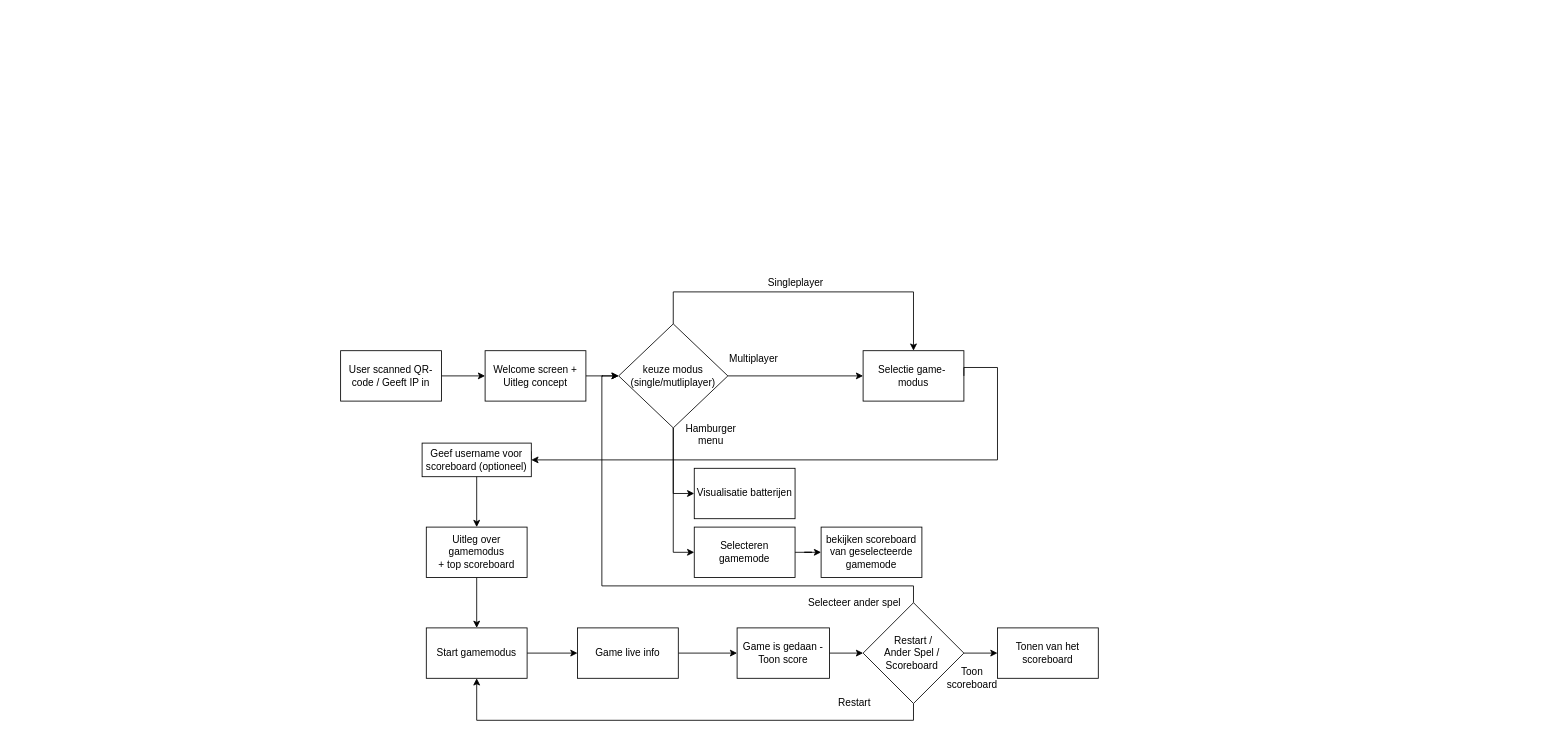
Before: documentatie/flows.drawio in WoutDemeyere/Team-Project-TiktEm, a draw.io diagram. Source tidied: cells renumbered, new cells numbered last; positions are measured from the earlier drawing's top-left corner, leaving out a move shared by most shapes. Both pictures are drawn from the tidied source at 84%, with x=0, y=0 at pixel (340, 275).
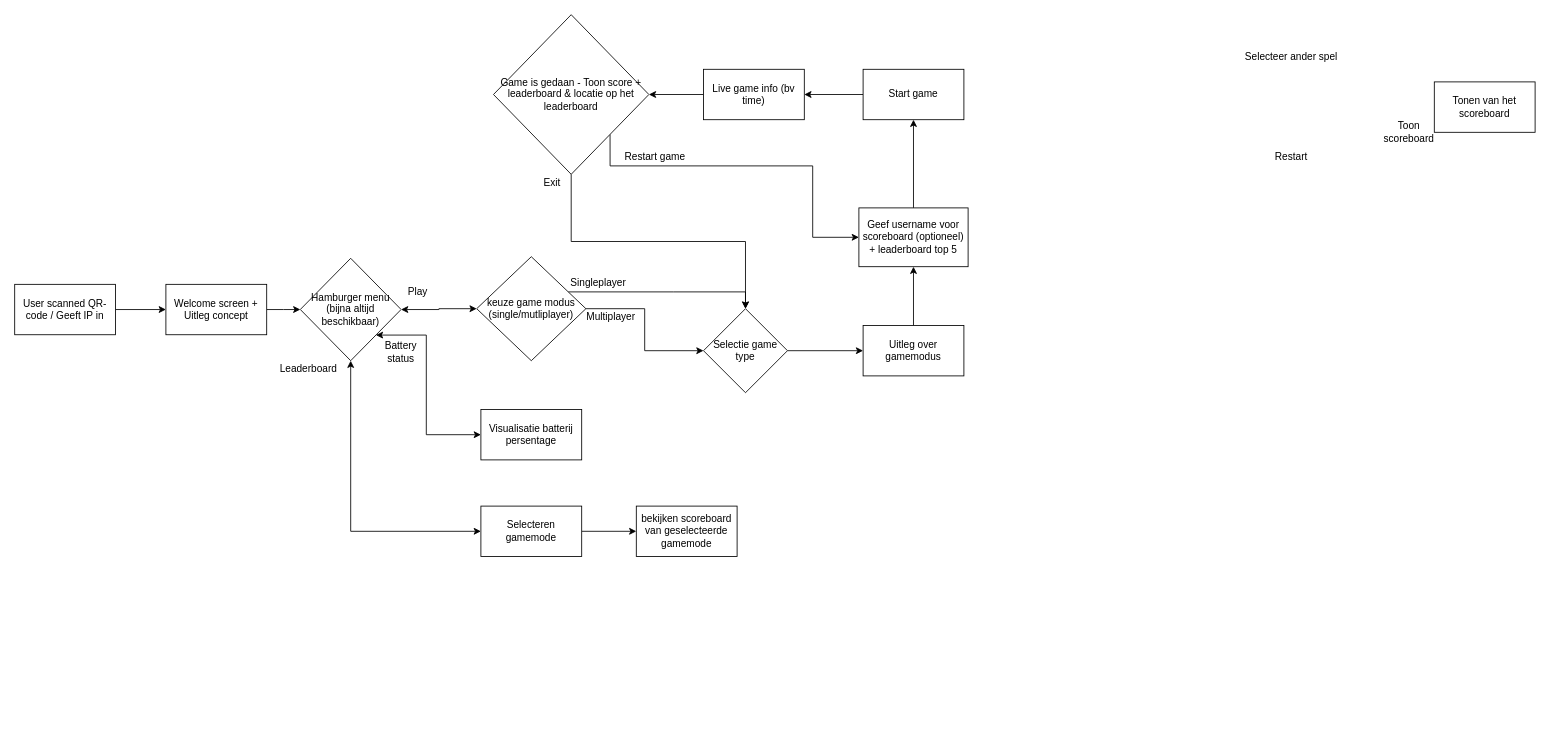
The same page after the edit.

What changed in the source:
```diff
@@
     <mxCell id="3" value="User scanned QR-code / Geeft IP in" style="rounded=0;whiteSpace=wrap;html=1;" parent="1" vertex="1">
-      <mxGeometry y="90" width="120" height="60" as="geometry" />
+      <mxGeometry x="-388" y="11" width="120" height="60" as="geometry" />
     </mxCell>
-    <mxCell id="4" style="edgeStyle=orthogonalEdgeStyle;rounded=0;jettySize=auto;html=1;entryX=0.5;entryY=0;entryDx=0;entryDy=0;exitX=1;exitY=0.5;exitDx=0;exitDy=0;" parent="1" edge="1" source="36" target="13">
-      <mxGeometry relative="1" as="geometry">
-        <Array as="points">
-          <mxPoint x="162" y="210" />
-        </Array>
-      </mxGeometry>
-    </mxCell>
-    <mxCell id="5" value="Selectie game-&amp;nbsp; modus" style="rounded=0;whiteSpace=wrap;html=1;" parent="1" vertex="1">
-      <mxGeometry x="622" y="90" width="120" height="60" as="geometry" />
-    </mxCell>
-    <mxCell id="6" style="edgeStyle=orthogonalEdgeStyle;rounded=0;jettySize=auto;html=1;" parent="1" edge="1" source="10" target="5">
+    <mxCell id="6" style="edgeStyle=orthogonalEdgeStyle;rounded=0;jettySize=auto;html=1;entryX=0;entryY=0.5;entryDx=0;entryDy=0;" parent="1" edge="1" source="10" target="52">
       <mxGeometry relative="1" as="geometry" />
     </mxCell>
-    <mxCell id="7" style="edgeStyle=orthogonalEdgeStyle;rounded=0;jettySize=auto;html=1;entryX=0;entryY=0.5;entryDx=0;entryDy=0;" parent="1" edge="1" source="10" target="31">
-      <mxGeometry relative="1" as="geometry" />
-    </mxCell>
-    <mxCell id="8" style="edgeStyle=orthogonalEdgeStyle;rounded=0;jettySize=auto;html=1;entryX=0;entryY=0.5;entryDx=0;entryDy=0;" parent="1" edge="1" source="10" target="34">
-      <mxGeometry relative="1" as="geometry" />
-    </mxCell>
-    <mxCell id="9" style="edgeStyle=orthogonalEdgeStyle;rounded=0;jettySize=auto;html=1;entryX=0.5;entryY=0;entryDx=0;entryDy=0;" parent="1" edge="1" source="10" target="5">
+    <mxCell id="9" style="edgeStyle=orthogonalEdgeStyle;rounded=0;jettySize=auto;html=1;entryX=0.5;entryY=0;entryDx=0;entryDy=0;" parent="1" edge="1" source="10">
       <mxGeometry relative="1" as="geometry">
+        <mxPoint x="482" y="40" as="targetPoint" />
         <Array as="points">
           <mxPoint x="396" y="20" />
           <mxPoint x="682" y="20" />
         </Array>
       </mxGeometry>
     </mxCell>
-    <mxCell id="10" value="&lt;span&gt;keuze modus&lt;/span&gt;&lt;br&gt;&lt;span&gt;(single/mutliplayer)&lt;/span&gt;" style="rhombus;whiteSpace=wrap;html=1;" parent="1" vertex="1">
-      <mxGeometry x="331" y="58.1" width="130" height="123.8" as="geometry" />
+    <mxCell id="10" value="&lt;span&gt;keuze game modus&lt;/span&gt;&lt;br&gt;&lt;span&gt;(single/mutliplayer)&lt;/span&gt;" style="rhombus;whiteSpace=wrap;html=1;" parent="1" vertex="1">
+      <mxGeometry x="162" y="-21.9" width="130" height="123.8" as="geometry" />
     </mxCell>
     <mxCell id="11" value="Multiplayer" style="text;html=1;strokeColor=none;fillColor=none;align=center;verticalAlign=middle;whiteSpace=wrap;rounded=0;" parent="1" vertex="1">
-      <mxGeometry x="472" y="90" width="40" height="20" as="geometry" />
+      <mxGeometry x="302" y="40" width="40" height="20" as="geometry" />
     </mxCell>
-    <mxCell id="12" style="edgeStyle=orthogonalEdgeStyle;rounded=0;jettySize=auto;html=1;entryX=0.5;entryY=0;entryDx=0;entryDy=0;" parent="1" edge="1" source="13" target="15">
-      <mxGeometry relative="1" as="geometry" />
-    </mxCell>
+    <mxCell id="38" style="edgeStyle=orthogonalEdgeStyle;rounded=0;jettySize=auto;html=1;startArrow=none;startFill=0;" parent="1" edge="1" source="13" target="36">
+      <mxGeometry relative="1" as="geometry" />
+    </mxCell>
-    <mxCell id="13" value="Uitleg over gamemodus&lt;br&gt;+ top scoreboard" style="rounded=0;whiteSpace=wrap;html=1;" parent="1" vertex="1">
-      <mxGeometry x="102" y="300" width="120" height="60" as="geometry" />
+    <mxCell id="13" value="Uitleg over gamemodus" style="rounded=0;whiteSpace=wrap;html=1;" parent="1" vertex="1">
+      <mxGeometry x="622" y="60" width="120" height="60" as="geometry" />
     </mxCell>
-    <mxCell id="14" style="edgeStyle=orthogonalEdgeStyle;rounded=0;jettySize=auto;html=1;entryX=0;entryY=0.5;entryDx=0;entryDy=0;" parent="1" edge="1" source="15" target="17">
+    <mxCell id="14" style="edgeStyle=orthogonalEdgeStyle;rounded=0;jettySize=auto;html=1;startArrow=none;startFill=0;" parent="1" edge="1" source="15" target="17">
       <mxGeometry relative="1" as="geometry" />
     </mxCell>
-    <mxCell id="15" value="Start gamemodus" style="rounded=0;whiteSpace=wrap;html=1;" parent="1" vertex="1">
-      <mxGeometry x="102" y="420" width="120" height="60" as="geometry" />
+    <mxCell id="15" value="Start game" style="rounded=0;whiteSpace=wrap;html=1;" parent="1" vertex="1">
+      <mxGeometry x="622" y="-245" width="120" height="60" as="geometry" />
     </mxCell>
-    <mxCell id="16" style="edgeStyle=orthogonalEdgeStyle;rounded=0;jettySize=auto;html=1;entryX=0;entryY=0.5;entryDx=0;entryDy=0;" parent="1" edge="1" source="17" target="27">
-      <mxGeometry relative="1" as="geometry" />
-    </mxCell>
+    <mxCell id="39" style="edgeStyle=orthogonalEdgeStyle;rounded=0;jettySize=auto;html=1;startArrow=none;startFill=0;entryX=1;entryY=0.5;entryDx=0;entryDy=0;" parent="1" edge="1" source="17" target="25">
+      <mxGeometry relative="1" as="geometry" />
+    </mxCell>
-    <mxCell id="17" value="Game live info" style="rounded=0;whiteSpace=wrap;html=1;" parent="1" vertex="1">
-      <mxGeometry x="282" y="420" width="120" height="60" as="geometry" />
+    <mxCell id="17" value="Live game info (bv time)" style="rounded=0;whiteSpace=wrap;html=1;" parent="1" vertex="1">
+      <mxGeometry x="432" y="-245" width="120" height="60" as="geometry" />
     </mxCell>
     <mxCell id="18" value="Tonen van het scoreboard" style="rounded=0;whiteSpace=wrap;html=1;" parent="1" vertex="1">
-      <mxGeometry x="782" y="420" width="120" height="60" as="geometry" />
+      <mxGeometry x="1302" y="-230" width="120" height="60" as="geometry" />
     </mxCell>
     <mxCell id="19" value="Singleplayer" style="text;html=1;strokeColor=none;fillColor=none;align=center;verticalAlign=middle;whiteSpace=wrap;rounded=0;" parent="1" vertex="1">
-      <mxGeometry x="522" width="40" height="20" as="geometry" />
+      <mxGeometry x="287" width="40" height="20" as="geometry" />
     </mxCell>
-    <mxCell id="20" style="edgeStyle=orthogonalEdgeStyle;rounded=0;jettySize=auto;html=1;" parent="1" edge="1" source="21" target="10">
-      <mxGeometry relative="1" as="geometry" />
-    </mxCell>
+    <mxCell id="40" style="edgeStyle=orthogonalEdgeStyle;rounded=0;jettySize=auto;html=1;" parent="1" edge="1" source="21" target="47">
+      <mxGeometry relative="1" as="geometry" />
+    </mxCell>
     <mxCell id="21" value="Welcome screen + Uitleg concept" style="rounded=0;whiteSpace=wrap;html=1;" parent="1" vertex="1">
-      <mxGeometry x="172" y="90" width="120" height="60" as="geometry" />
+      <mxGeometry x="-208" y="11" width="120" height="60" as="geometry" />
     </mxCell>
-    <mxCell id="22" style="edgeStyle=orthogonalEdgeStyle;rounded=0;jettySize=auto;html=1;" parent="1" edge="1" source="25" target="18">
-      <mxGeometry relative="1" as="geometry" />
-    </mxCell>
-    <mxCell id="23" style="edgeStyle=orthogonalEdgeStyle;rounded=0;jettySize=auto;html=1;" parent="1" edge="1" source="25" target="15">
-      <mxGeometry relative="1" as="geometry">
-        <Array as="points">
-          <mxPoint x="682" y="530" />
-          <mxPoint x="162" y="530" />
-        </Array>
-      </mxGeometry>
-    </mxCell>
-    <mxCell id="24" style="edgeStyle=orthogonalEdgeStyle;rounded=0;jettySize=auto;html=1;entryX=0;entryY=0.5;entryDx=0;entryDy=0;" parent="1" edge="1" source="25" target="10">
-      <mxGeometry relative="1" as="geometry">
-        <Array as="points">
-          <mxPoint x="682" y="370" />
-          <mxPoint x="311" y="370" />
-          <mxPoint x="311" y="120" />
-        </Array>
-      </mxGeometry>
-    </mxCell>
+    <mxCell id="41" style="edgeStyle=orthogonalEdgeStyle;rounded=0;jettySize=auto;html=1;exitX=1;exitY=1;exitDx=0;exitDy=0;entryX=0;entryY=0.5;entryDx=0;entryDy=0;startArrow=none;startFill=0;" parent="1" edge="1" source="25" target="36">
+      <mxGeometry relative="1" as="geometry">
+        <Array as="points">
+          <mxPoint x="321" y="-130" />
+          <mxPoint x="562" y="-130" />
+          <mxPoint x="562" y="-45" />
+        </Array>
+      </mxGeometry>
+    </mxCell>
+    <mxCell id="42" style="edgeStyle=orthogonalEdgeStyle;rounded=0;jettySize=auto;html=1;exitX=0.5;exitY=1;exitDx=0;exitDy=0;entryX=0.5;entryY=0;entryDx=0;entryDy=0;startArrow=none;startFill=0;" parent="1" edge="1" source="25" target="52">
+      <mxGeometry relative="1" as="geometry" />
+    </mxCell>
-    <mxCell id="25" value="Restart / &lt;br&gt;Ander Spel /&amp;nbsp;&lt;br&gt;Scoreboard&amp;nbsp;" style="rhombus;whiteSpace=wrap;html=1;" parent="1" vertex="1">
-      <mxGeometry x="622" y="390" width="120" height="120" as="geometry" />
+    <mxCell id="25" value="&lt;span&gt;Game is gedaan - Toon score + leaderboard &amp;amp; locatie op het leaderboard&lt;/span&gt;" style="rhombus;whiteSpace=wrap;html=1;" parent="1" vertex="1">
+      <mxGeometry x="182" y="-310" width="185" height="190" as="geometry" />
     </mxCell>
-    <mxCell id="26" style="edgeStyle=orthogonalEdgeStyle;rounded=0;jettySize=auto;html=1;entryX=0;entryY=0.5;entryDx=0;entryDy=0;" parent="1" edge="1" source="27" target="25">
-      <mxGeometry relative="1" as="geometry" />
-    </mxCell>
-    <mxCell id="27" value="Game is gedaan - Toon score" style="rounded=0;whiteSpace=wrap;html=1;" parent="1" vertex="1">
-      <mxGeometry x="472" y="420" width="110" height="60" as="geometry" />
-    </mxCell>
     <mxCell id="28" value="Toon scoreboard" style="text;html=1;strokeColor=none;fillColor=none;align=center;verticalAlign=middle;whiteSpace=wrap;rounded=0;" parent="1" vertex="1">
-      <mxGeometry x="732" y="470" width="40" height="20" as="geometry" />
+      <mxGeometry x="1252" y="-180" width="40" height="20" as="geometry" />
     </mxCell>
     <mxCell id="29" value="Restart" style="text;html=1;strokeColor=none;fillColor=none;align=center;verticalAlign=middle;whiteSpace=wrap;rounded=0;" parent="1" vertex="1">
-      <mxGeometry x="592" y="500" width="40" height="20" as="geometry" />
+      <mxGeometry x="1112" y="-150" width="40" height="20" as="geometry" />
     </mxCell>
     <mxCell id="30" value="Selecteer ander spel" style="text;html=1;strokeColor=none;fillColor=none;align=center;verticalAlign=middle;whiteSpace=wrap;rounded=0;" parent="1" vertex="1">
-      <mxGeometry x="547" y="380" width="130" height="20" as="geometry" />
+      <mxGeometry x="1067" y="-270" width="130" height="20" as="geometry" />
     </mxCell>
-    <mxCell id="31" value="Visualisatie batterijen" style="rounded=0;whiteSpace=wrap;html=1;" parent="1" vertex="1">
-      <mxGeometry x="421" y="230" width="120" height="60" as="geometry" />
+    <mxCell id="31" value="Visualisatie batterij persentage" style="rounded=0;whiteSpace=wrap;html=1;" parent="1" vertex="1">
+      <mxGeometry x="167" y="160" width="120" height="60" as="geometry" />
     </mxCell>
-    <mxCell id="32" value="Hamburger menu" style="text;html=1;strokeColor=none;fillColor=none;align=center;verticalAlign=middle;whiteSpace=wrap;rounded=0;" parent="1" vertex="1">
-      <mxGeometry x="421" y="180" width="40" height="20" as="geometry" />
-    </mxCell>
@@
     <mxCell id="34" value="Selecteren gamemode" style="rounded=0;whiteSpace=wrap;html=1;" parent="1" vertex="1">
-      <mxGeometry x="421" y="300" width="120" height="60" as="geometry" />
+      <mxGeometry x="167" y="275" width="120" height="60" as="geometry" />
     </mxCell>
     <mxCell id="35" value="bekijken scoreboard&lt;br&gt;van geselecteerde gamemode" style="rounded=0;whiteSpace=wrap;html=1;" parent="1" vertex="1">
-      <mxGeometry x="572" y="300" width="120" height="60" as="geometry" />
+      <mxGeometry x="352" y="275" width="120" height="60" as="geometry" />
     </mxCell>
+    <mxCell id="43" style="edgeStyle=orthogonalEdgeStyle;rounded=0;jettySize=auto;html=1;startArrow=none;startFill=0;" parent="1" edge="1" source="36" target="15">
+      <mxGeometry relative="1" as="geometry" />
+    </mxCell>
-    <mxCell id="36" value="Geef username voor scoreboard (optioneel)" style="rounded=0;whiteSpace=wrap;html=1;" parent="1" vertex="1">
-      <mxGeometry x="97" y="200" width="130" height="40" as="geometry" />
+    <mxCell id="36" value="Geef username voor scoreboard (optioneel)&lt;br&gt;+ leaderboard top 5" style="rounded=0;whiteSpace=wrap;html=1;" parent="1" vertex="1">
+      <mxGeometry x="617" y="-80" width="130" height="70" as="geometry" />
     </mxCell>
-    <mxCell id="37" style="edgeStyle=orthogonalEdgeStyle;rounded=0;jettySize=auto;html=1;entryX=1;entryY=0.5;entryDx=0;entryDy=0;exitX=1;exitY=0.5;exitDx=0;exitDy=0;" parent="1" edge="1" source="5" target="36">
-      <mxGeometry relative="1" as="geometry">
-        <Array as="points">
-          <mxPoint x="742" y="110" />
-          <mxPoint x="782" y="110" />
-          <mxPoint x="782" y="220" />
-        </Array>
-      </mxGeometry>
-    </mxCell>
+    <mxCell id="44" style="edgeStyle=orthogonalEdgeStyle;rounded=0;jettySize=auto;html=1;startArrow=classic;startFill=1;" parent="1" edge="1" source="47" target="10">
+      <mxGeometry relative="1" as="geometry" />
+    </mxCell>
+    <mxCell id="45" style="edgeStyle=orthogonalEdgeStyle;rounded=0;jettySize=auto;html=1;exitX=1;exitY=1;exitDx=0;exitDy=0;entryX=0;entryY=0.5;entryDx=0;entryDy=0;startArrow=classic;startFill=1;" parent="1" edge="1" source="47" target="31">
+      <mxGeometry relative="1" as="geometry">
+        <Array as="points">
+          <mxPoint x="102" y="71" />
+          <mxPoint x="102" y="190" />
+        </Array>
+      </mxGeometry>
+    </mxCell>
+    <mxCell id="46" style="edgeStyle=orthogonalEdgeStyle;rounded=0;jettySize=auto;html=1;exitX=0.5;exitY=1;exitDx=0;exitDy=0;entryX=0;entryY=0.5;entryDx=0;entryDy=0;startArrow=classic;startFill=1;" parent="1" edge="1" source="47" target="34">
+      <mxGeometry relative="1" as="geometry" />
+    </mxCell>
+    <mxCell id="47" value="Hamburger menu&lt;br&gt;(bijna altijd beschikbaar)" style="rhombus;whiteSpace=wrap;html=1;" parent="1" vertex="1">
+      <mxGeometry x="-48" y="-20" width="120" height="121.9" as="geometry" />
+    </mxCell>
+    <mxCell id="48" value="Play" style="text;html=1;strokeColor=none;fillColor=none;align=center;verticalAlign=middle;whiteSpace=wrap;rounded=0;" parent="1" vertex="1">
+      <mxGeometry x="72" y="10" width="40" height="20" as="geometry" />
+    </mxCell>
+    <mxCell id="49" value="Battery status" style="text;html=1;strokeColor=none;fillColor=none;align=center;verticalAlign=middle;whiteSpace=wrap;rounded=0;" parent="1" vertex="1">
+      <mxGeometry x="52" y="81.9" width="40" height="20" as="geometry" />
+    </mxCell>
+    <mxCell id="50" value="Leaderboard" style="text;html=1;strokeColor=none;fillColor=none;align=center;verticalAlign=middle;whiteSpace=wrap;rounded=0;" parent="1" vertex="1">
+      <mxGeometry x="-58" y="101.9" width="40" height="20" as="geometry" />
+    </mxCell>
+    <mxCell id="51" style="edgeStyle=orthogonalEdgeStyle;rounded=0;jettySize=auto;html=1;startArrow=none;startFill=0;" parent="1" edge="1" source="52" target="13">
+      <mxGeometry relative="1" as="geometry" />
+    </mxCell>
+    <mxCell id="52" value="Selectie game&lt;br&gt;type" style="rhombus;whiteSpace=wrap;html=1;" parent="1" vertex="1">
+      <mxGeometry x="432" y="40" width="100" height="100" as="geometry" />
+    </mxCell>
+    <mxCell id="53" value="Restart game" style="text;html=1;strokeColor=none;fillColor=none;align=center;verticalAlign=middle;whiteSpace=wrap;rounded=0;" parent="1" vertex="1">
+      <mxGeometry x="327" y="-150" width="95" height="20" as="geometry" />
+    </mxCell>
+    <mxCell id="54" value="Exit" style="text;html=1;strokeColor=none;fillColor=none;align=center;verticalAlign=middle;whiteSpace=wrap;rounded=0;" parent="1" vertex="1">
+      <mxGeometry x="232" y="-120" width="40" height="20" as="geometry" />
+    </mxCell>
```
